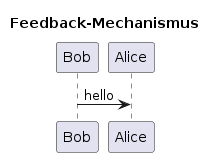
wordle-time/wordle-time keeps this PlantUML diagram as docs/requirements/F002/F002_seq.png. Above is the earlier version. Its diagram source:
```plantuml
@startuml F002_seq
title "Feedback-Mechanismus"

Bob -> Alice : hello
@enduml
```
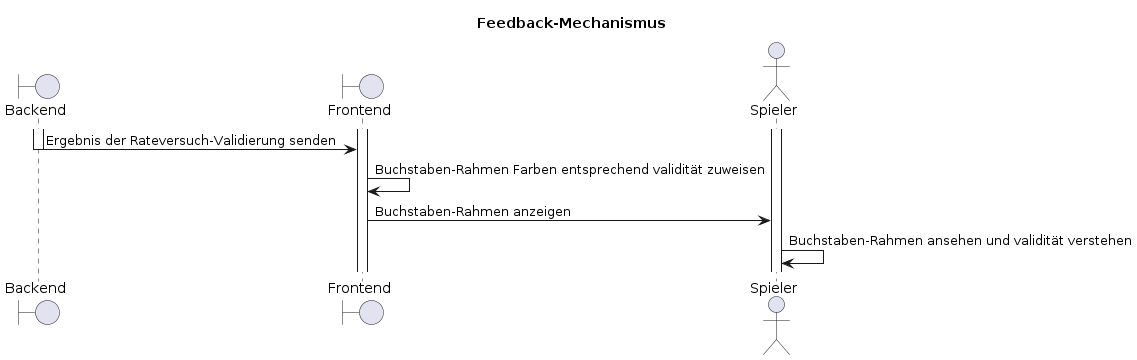
After the change.

Diff of the diagram source:
```diff
@@ -1,5 +1,17 @@
 @startuml F002_seq
 title "Feedback-Mechanismus"
 
-Bob -> Alice : hello
+boundary "Backend" as backend
+boundary "Frontend" as frontend
+actor "Spieler" as user
+
+activate backend
+activate frontend
+activate user
+
+backend -> frontend: Ergebnis der Rateversuch-Validierung senden
+deactivate backend
+frontend -> frontend: Buchstaben-Rahmen Farben entsprechend validität zuweisen
+frontend -> user: Buchstaben-Rahmen anzeigen
+user -> user: Buchstaben-Rahmen ansehen und validität verstehen
 @enduml
```
